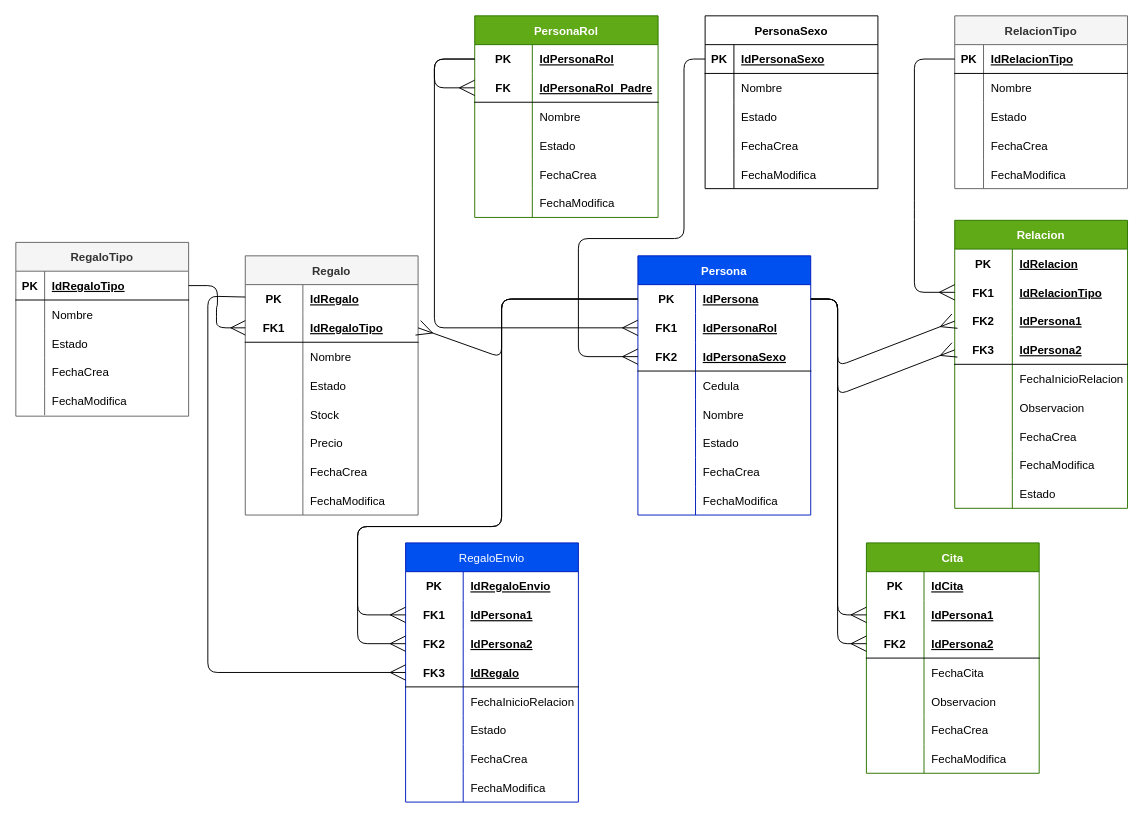
Before: Grupo5_PoliTinder/design/Diagrama_database.drawio in EdisonV5329/Grupo5_CodeMasters, a draw.io diagram. Source tidied: cells renumbered, new cells numbered last; positions are measured from the earlier drawing's top-left corner, leaving out a move shared by most shapes. Both pictures are drawn from the tidied source at 96%, with x=0, y=0 at pixel (15, 15).
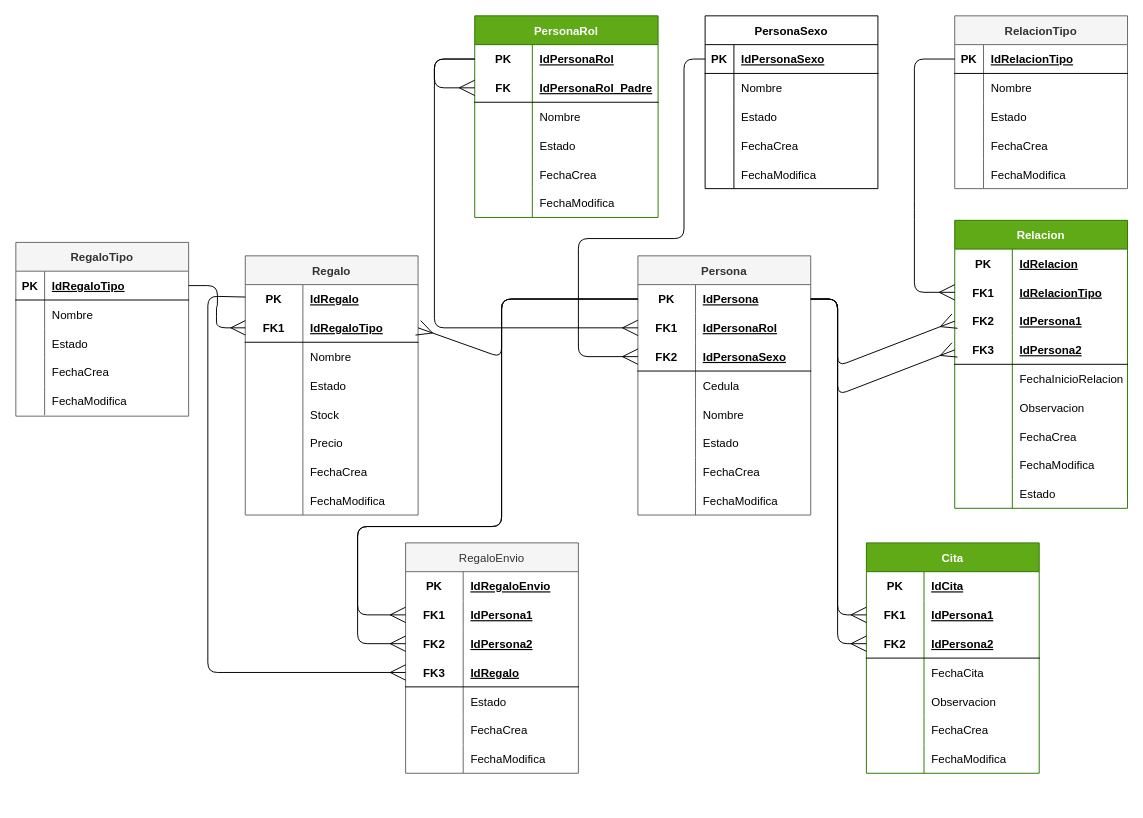
The same page after the edit.

Commit message (it also covers changes not shown here):
Anadiendo RegaloEnvio

What changed in the source:
```diff
@@
-    <mxCell id="125" value="Persona" style="shape=table;startSize=30;childLayout=tableLayout;rowLines=0;fontStyle=1;align=center;strokeColor=#001DBC;fontColor=#ffffff;fillColor=#0050ef;" parent="1" vertex="1">
+    <mxCell id="125" value="Persona" style="shape=table;startSize=30;childLayout=tableLayout;rowLines=0;fontStyle=1;align=center;strokeColor=#666666;fontColor=#333333;fillColor=#f5f5f5;" parent="1" vertex="1">
       <mxGeometry x="648" y="250" width="180" height="270" as="geometry" />
     </mxCell>
@@
-    <mxCell id="177" value="RegaloEnvio" style="shape=table;startSize=30;childLayout=tableLayout;rowLines=0;fontStyle=0;align=center;strokeColor=#001DBC;fontColor=#ffffff;fillColor=#0050ef;" parent="1" vertex="1">
-      <mxGeometry x="406" y="549" width="180" height="270" as="geometry" />
+    <mxCell id="177" value="RegaloEnvio" style="shape=table;startSize=30;childLayout=tableLayout;rowLines=0;fontStyle=0;align=center;strokeColor=#666666;fontColor=#333333;fillColor=#f5f5f5;" parent="1" vertex="1">
+      <mxGeometry x="406" y="549" width="180" height="240" as="geometry" />
     </mxCell>
@@
-    <mxCell id="190" style="shape=tableRow;horizontal=0;startSize=0;swimlaneHead=0;swimlaneBody=0;fillColor=none;top=0;left=0;right=0;bottom=0;strokeColor=#000000;fontColor=#000000;" parent="177" vertex="1">
-      <mxGeometry y="150" width="180" height="30" as="geometry" />
-    </mxCell>
-    <mxCell id="191" style="shape=partialRectangle;fillColor=none;top=0;left=0;bottom=0;right=0;overflow=hidden;strokeColor=#000000;fontColor=#000000;" parent="190" vertex="1">
-      <mxGeometry width="60" height="30" as="geometry" />
-    </mxCell>
-    <mxCell id="192" value="FechaInicioRelacion" style="shape=partialRectangle;fillColor=none;top=0;left=0;bottom=0;right=0;align=left;spacingLeft=6;overflow=hidden;strokeColor=#000000;fontColor=#000000;" parent="190" vertex="1">
-      <mxGeometry x="60" width="120" height="30" as="geometry" />
-    </mxCell>
     <mxCell id="193" style="shape=tableRow;horizontal=0;startSize=0;swimlaneHead=0;swimlaneBody=0;fillColor=none;top=0;left=0;right=0;bottom=0;strokeColor=#000000;fontColor=#000000;" parent="177" vertex="1">
-      <mxGeometry y="180" width="180" height="30" as="geometry" />
+      <mxGeometry y="150" width="180" height="30" as="geometry" />
     </mxCell>
@@
     <mxCell id="196" style="shape=tableRow;horizontal=0;startSize=0;swimlaneHead=0;swimlaneBody=0;fillColor=none;top=0;left=0;right=0;bottom=0;strokeColor=#000000;fontColor=#000000;" parent="177" vertex="1">
-      <mxGeometry y="210" width="180" height="30" as="geometry" />
+      <mxGeometry y="180" width="180" height="30" as="geometry" />
     </mxCell>
@@
     <mxCell id="199" style="shape=tableRow;horizontal=0;startSize=0;swimlaneHead=0;swimlaneBody=0;fillColor=none;top=0;left=0;right=0;bottom=0;strokeColor=#000000;fontColor=#000000;" parent="177" vertex="1">
-      <mxGeometry y="240" width="180" height="30" as="geometry" />
+      <mxGeometry y="210" width="180" height="30" as="geometry" />
     </mxCell>
```
